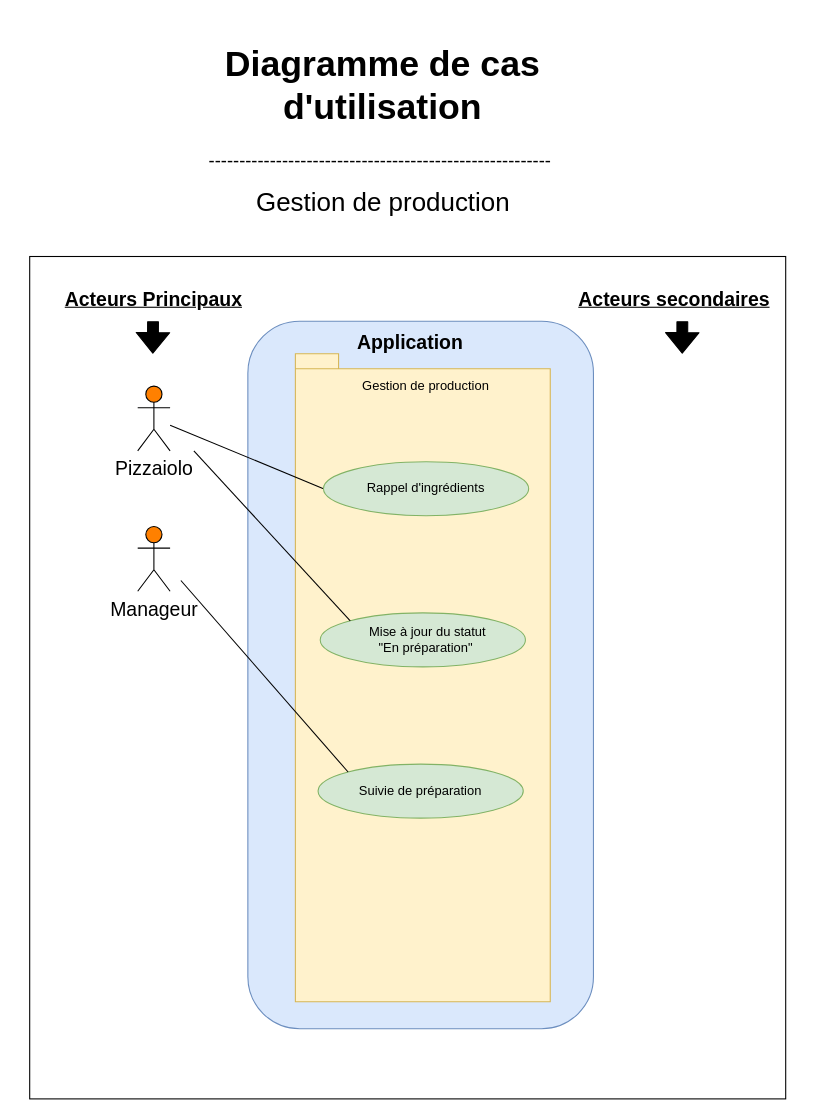
Before: page "Gestion de production" (2 of 5) of Use case Diagram.drawio in Maayaavi/OC_Project_4, a draw.io diagram. Source tidied: cells renumbered, new cells numbered last; positions are measured from the earlier drawing's top-left corner, leaving out a move shared by most shapes. Both pictures are drawn from the tidied source at 108%, with x=0, y=0 at pixel (18, 29).
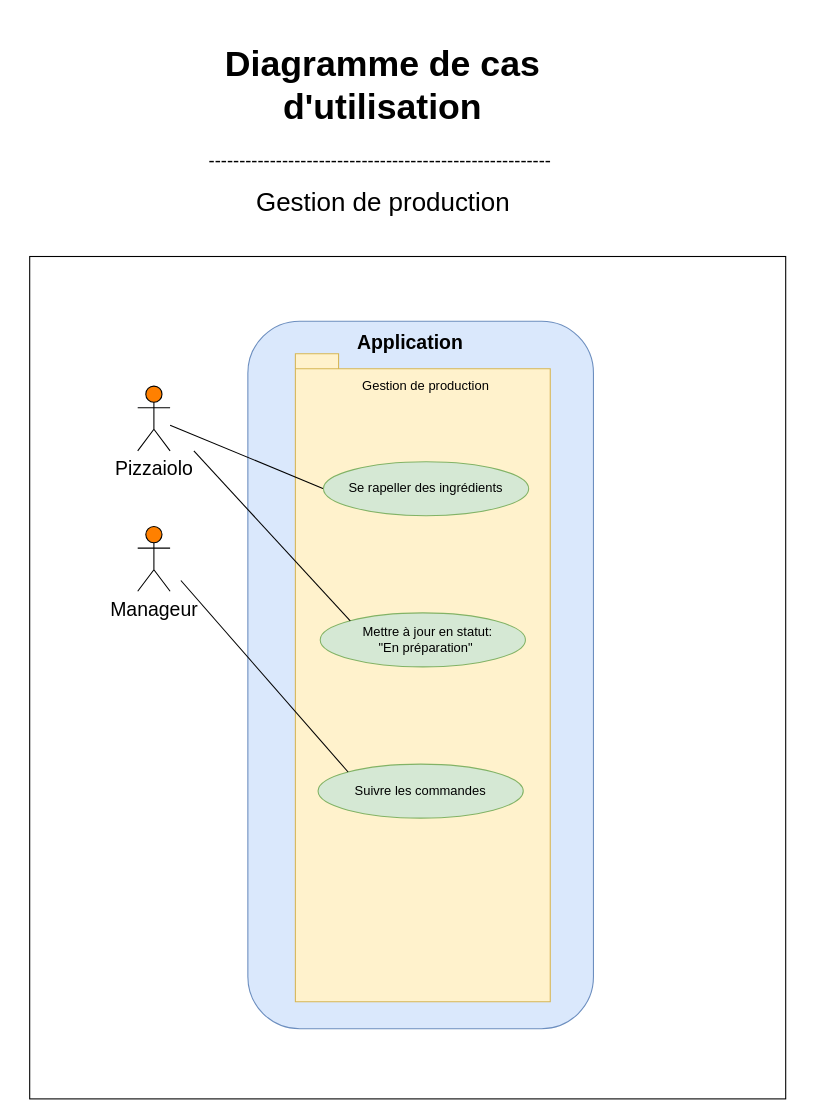
The same diagram, later.

Change to the diagram source:
```diff
@@
-    <mxCell id="8" value="Acteurs Principaux" style="text;html=1;strokeColor=none;fillColor=none;align=center;verticalAlign=middle;whiteSpace=wrap;rounded=0;glass=0;fontSize=18;fontStyle=5;" parent="1" vertex="1">
-      <mxGeometry y="240" width="250" height="20" as="geometry" />
-    </mxCell>
-    <mxCell id="9" value="Acteurs secondaires" style="text;html=1;strokeColor=none;fillColor=none;align=center;verticalAlign=middle;whiteSpace=wrap;rounded=0;glass=0;fontSize=18;fontStyle=5;" parent="1" vertex="1">
-      <mxGeometry x="482" y="240" width="250" height="20" as="geometry" />
-    </mxCell>
-    <mxCell id="10" style="shape=flexArrow;endArrow=classic;html=1;strokeColor=#000000;fontSize=18;fillColor=#000000;" parent="1" edge="1">
-      <mxGeometry relative="1" as="geometry">
-        <mxPoint x="124.2" y="270" as="sourcePoint" />
-        <mxPoint x="124" y="300" as="targetPoint" />
-      </mxGeometry>
-    </mxCell>
-    <mxCell id="11" style="shape=flexArrow;endArrow=classic;html=1;strokeColor=#000000;fontSize=18;fillColor=#000000;" parent="1" edge="1">
-      <mxGeometry relative="1" as="geometry">
-        <mxPoint x="614.3" y="270" as="sourcePoint" />
-        <mxPoint x="614.2" y="300" as="targetPoint" />
-      </mxGeometry>
-    </mxCell>
@@
-    <mxCell id="16" value="Rappel d'ingrédients" style="text;html=1;strokeColor=none;fillColor=none;align=center;verticalAlign=middle;whiteSpace=wrap;rounded=0;" parent="1" vertex="1">
+    <mxCell id="16" value="Se rapeller des ingrédients" style="text;html=1;strokeColor=none;fillColor=none;align=center;verticalAlign=middle;whiteSpace=wrap;rounded=0;" parent="1" vertex="1">
       <mxGeometry x="272" y="415" width="210" height="20" as="geometry" />
     </mxCell>
@@
-    <mxCell id="18" value="&amp;nbsp;Mise à jour du statut&lt;br&gt;&quot;En préparation&quot;" style="text;html=1;strokeColor=none;fillColor=none;align=center;verticalAlign=middle;whiteSpace=wrap;rounded=0;" parent="1" vertex="1">
+    <mxCell id="18" value="&amp;nbsp;Mettre à jour en statut:&lt;br&gt;&quot;En préparation&quot;" style="text;html=1;strokeColor=none;fillColor=none;align=center;verticalAlign=middle;whiteSpace=wrap;rounded=0;" parent="1" vertex="1">
       <mxGeometry x="272" y="555" width="210" height="20" as="geometry" />
     </mxCell>
@@
-    <mxCell id="22" value="Suivie de préparation" style="text;html=1;strokeColor=none;fillColor=none;align=center;verticalAlign=middle;whiteSpace=wrap;rounded=0;" parent="1" vertex="1">
+    <mxCell id="22" value="Suivre les commandes" style="text;html=1;strokeColor=none;fillColor=none;align=center;verticalAlign=middle;whiteSpace=wrap;rounded=0;" parent="1" vertex="1">
       <mxGeometry x="267" y="695" width="210" height="20" as="geometry" />
     </mxCell>
```
